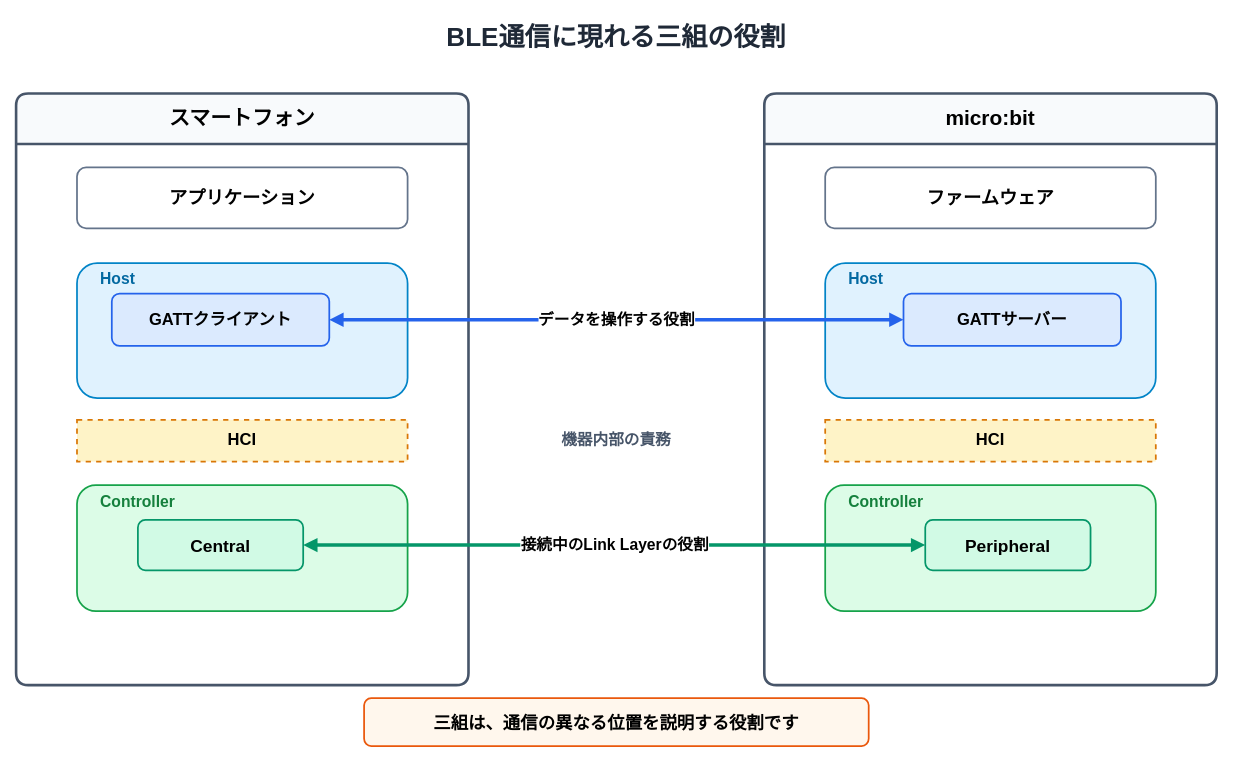
This is manuscript/images/diagrams/source/ch02-ble-role-map.drawio from reinforce-lab/ble-in-action, a draw.io file, before an edit. Source tidied: cells renumbered, new cells numbered last; positions are measured from the earlier drawing's top-left corner, leaving out a move shared by most shapes. Both pictures are drawn from the tidied source at 87%, with x=0, y=0 at pixel (16, 15).
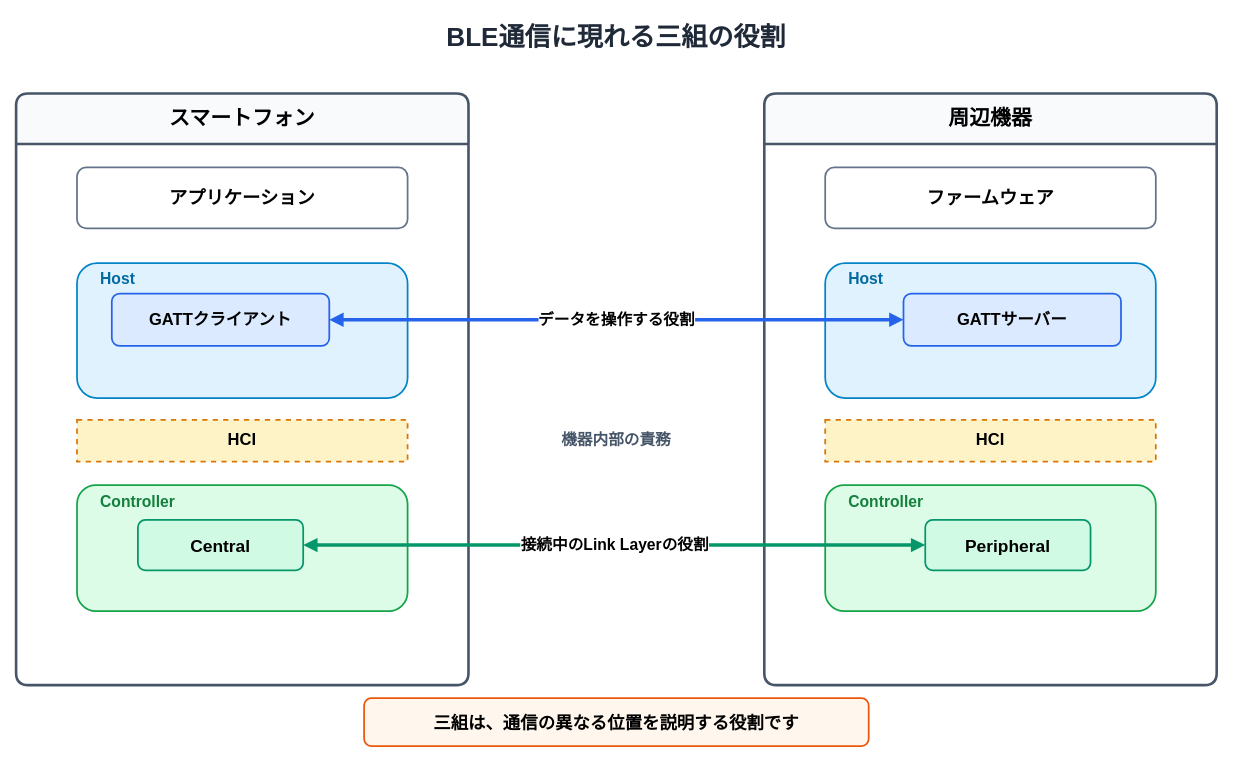
Above is the later version.

Diff of the diagram source:
```diff
@@
-    <mxCell id="4" value="micro:bit" style="swimlane;html=1;startSize=58;rounded=1;arcSize=8;whiteSpace=wrap;fontFamily=Hiragino Sans;fontSize=24;fontStyle=1;fillColor=#F8FAFC;strokeColor=#475569;strokeWidth=3;" parent="1" vertex="1">
-      <mxGeometry x="860" y="90" width="520" height="680" as="geometry" />
-    </mxCell>
+    <mxCell id="25" value="周辺機器" style="swimlane;html=1;startSize=58;rounded=1;arcSize=8;whiteSpace=wrap;fontFamily=Hiragino Sans;fontSize=24;fontStyle=1;fillColor=#F8FAFC;strokeColor=#475569;strokeWidth=3;" parent="1" vertex="1">
+      <mxGeometry x="860" y="90" width="520" height="680" as="geometry" />
+    </mxCell>
```
